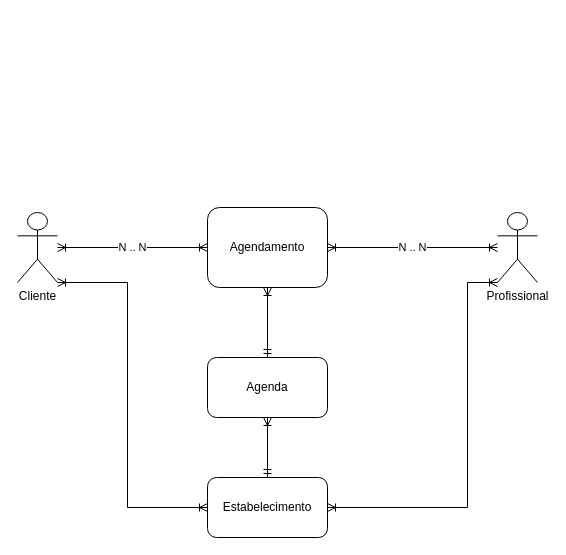
mateusfilipeteixeira/diagramas keeps this draw.io diagram as Diagrama sem nome.drawio. Above is the earlier version. Source tidied: cells renumbered, new cells numbered last; positions are measured from the earlier drawing's top-left corner, leaving out a move shared by most shapes. Both pictures are drawn from the tidied source at 100%, with x=0, y=0 at pixel (17, 207).
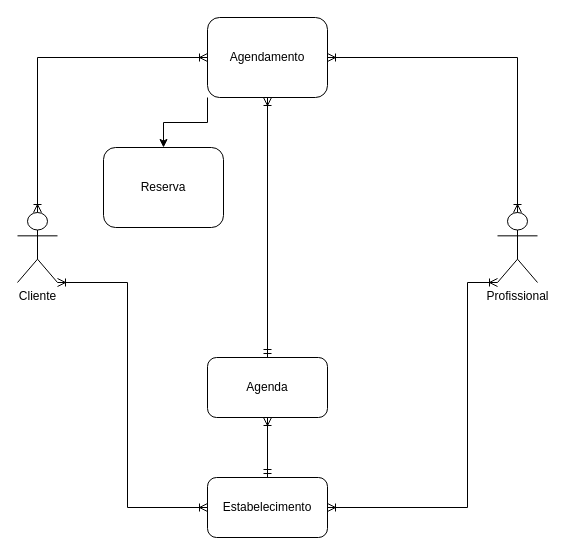
The same diagram, later.

Commit message:
Primeiras entidades

Diff of the diagram source:
```diff
@@
 <mxGraphModel>
   <root>
     <mxCell id="0" />
     <mxCell id="1" parent="0" />
     <mxCell id="2" style="edgeStyle=orthogonalEdgeStyle;rounded=0;jettySize=auto;html=1;exitX=1;exitY=1;exitDx=0;exitDy=0;exitPerimeter=0;entryX=0;entryY=0.5;entryDx=0;entryDy=0;startArrow=ERoneToMany;startFill=0;endArrow=ERoneToMany;endFill=0;" parent="1" edge="1" source="3" target="12">
       <mxGeometry relative="1" as="geometry">
         <Array as="points">
           <mxPoint x="110" y="75" />
           <mxPoint x="110" y="300" />
         </Array>
       </mxGeometry>
     </mxCell>
     <mxCell id="3" value="Cliente" style="shape=umlActor;verticalLabelPosition=bottom;verticalAlign=top;html=1;outlineConnect=0;" parent="1" vertex="1">
       <mxGeometry y="5" width="40" height="70" as="geometry" />
     </mxCell>
     <mxCell id="4" style="edgeStyle=orthogonalEdgeStyle;rounded=0;jettySize=auto;html=1;startArrow=ERoneToMany;startFill=0;endArrow=ERmandOne;endFill=0;" parent="1" edge="1" source="5" target="12">
       <mxGeometry relative="1" as="geometry" />
     </mxCell>
     <mxCell id="5" value="Agenda" style="rounded=1;whiteSpace=wrap;html=1;" parent="1" vertex="1">
       <mxGeometry x="190" y="150" width="120" height="60" as="geometry" />
     </mxCell>
     <mxCell id="6" style="edgeStyle=orthogonalEdgeStyle;rounded=0;jettySize=auto;html=1;entryX=1;entryY=0.5;entryDx=0;entryDy=0;startArrow=ERoneToMany;startFill=0;endArrow=ERoneToMany;endFill=0;exitX=0;exitY=1;exitDx=0;exitDy=0;exitPerimeter=0;" parent="1" edge="1" source="7" target="12">
       <mxGeometry relative="1" as="geometry">
         <Array as="points">
           <mxPoint x="450" y="75" />
           <mxPoint x="450" y="300" />
         </Array>
       </mxGeometry>
     </mxCell>
     <mxCell id="7" value="Profissional" style="shape=umlActor;verticalLabelPosition=bottom;verticalAlign=top;html=1;outlineConnect=0;" parent="1" vertex="1">
       <mxGeometry x="480" y="5" width="40" height="70" as="geometry" />
     </mxCell>
-    <mxCell id="8" value="N .. N" style="edgeStyle=orthogonalEdgeStyle;rounded=0;jettySize=auto;html=1;startArrow=ERoneToMany;startFill=0;endArrow=ERoneToMany;endFill=0;" parent="1" edge="1" source="11" target="3">
+    <mxCell id="8" style="edgeStyle=orthogonalEdgeStyle;rounded=0;jettySize=auto;html=1;startArrow=ERoneToMany;startFill=0;endArrow=ERoneToMany;endFill=0;" parent="1" edge="1" source="11" target="3">
       <mxGeometry relative="1" as="geometry" />
     </mxCell>
-    <mxCell id="9" value="N .. N" style="edgeStyle=orthogonalEdgeStyle;rounded=0;jettySize=auto;html=1;exitX=1;exitY=0.5;exitDx=0;exitDy=0;endArrow=ERoneToMany;endFill=0;startArrow=ERoneToMany;startFill=0;" parent="1" edge="1" source="11" target="7">
+    <mxCell id="9" value="&lt;br&gt;" style="edgeStyle=orthogonalEdgeStyle;rounded=0;jettySize=auto;html=1;exitX=1;exitY=0.5;exitDx=0;exitDy=0;endArrow=ERoneToMany;endFill=0;startArrow=ERoneToMany;startFill=0;" parent="1" edge="1" source="11" target="7">
       <mxGeometry relative="1" as="geometry" />
     </mxCell>
     <mxCell id="10" style="edgeStyle=orthogonalEdgeStyle;rounded=0;jettySize=auto;html=1;startArrow=ERoneToMany;startFill=0;endArrow=ERmandOne;endFill=0;" parent="1" edge="1" source="11" target="5">
       <mxGeometry relative="1" as="geometry" />
     </mxCell>
+    <mxCell id="13" style="edgeStyle=orthogonalEdgeStyle;rounded=0;jettySize=auto;html=1;exitX=0;exitY=1;exitDx=0;exitDy=0;" parent="1" edge="1" source="11" target="14">
+      <mxGeometry relative="1" as="geometry" />
+    </mxCell>
     <mxCell id="11" value="Agendamento" style="rounded=1;whiteSpace=wrap;html=1;" parent="1" vertex="1">
-      <mxGeometry x="190" width="120" height="80" as="geometry" />
+      <mxGeometry x="190" y="-190" width="120" height="80" as="geometry" />
     </mxCell>
     <mxCell id="12" value="Estabelecimento" style="rounded=1;whiteSpace=wrap;html=1;" parent="1" vertex="1">
       <mxGeometry x="190" y="270" width="120" height="60" as="geometry" />
     </mxCell>
+    <mxCell id="14" value="Reserva" style="rounded=1;whiteSpace=wrap;html=1;" parent="1" vertex="1">
+      <mxGeometry x="86" y="-60" width="120" height="80" as="geometry" />
+    </mxCell>
   </root>
 </mxGraphModel>
```
